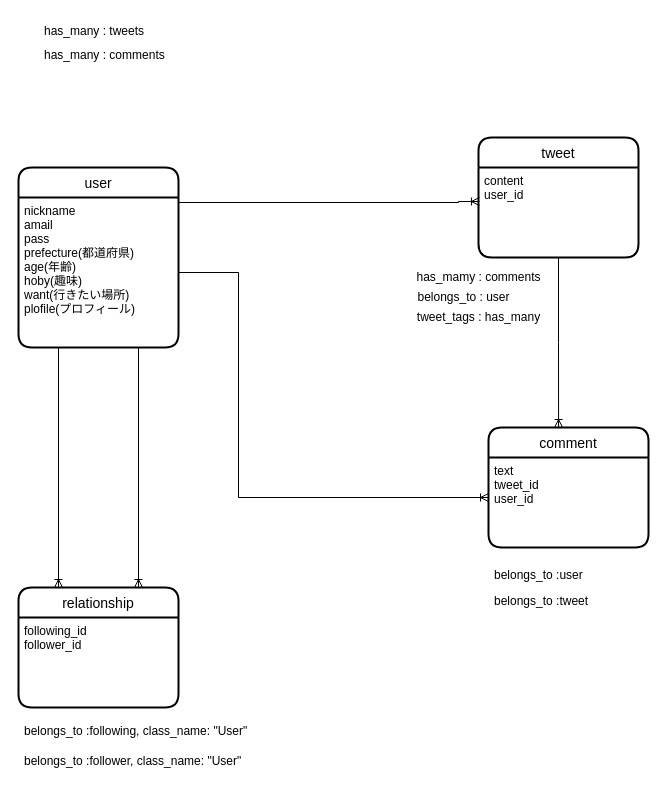
Before: Drow.dio in nannano-sys/origin_app, a draw.io diagram. Source tidied: cells renumbered, new cells numbered last; positions are measured from the earlier drawing's top-left corner, leaving out a move shared by most shapes. Both pictures are drawn from the tidied source at 100%, with x=0, y=0 at pixel (18, 17).
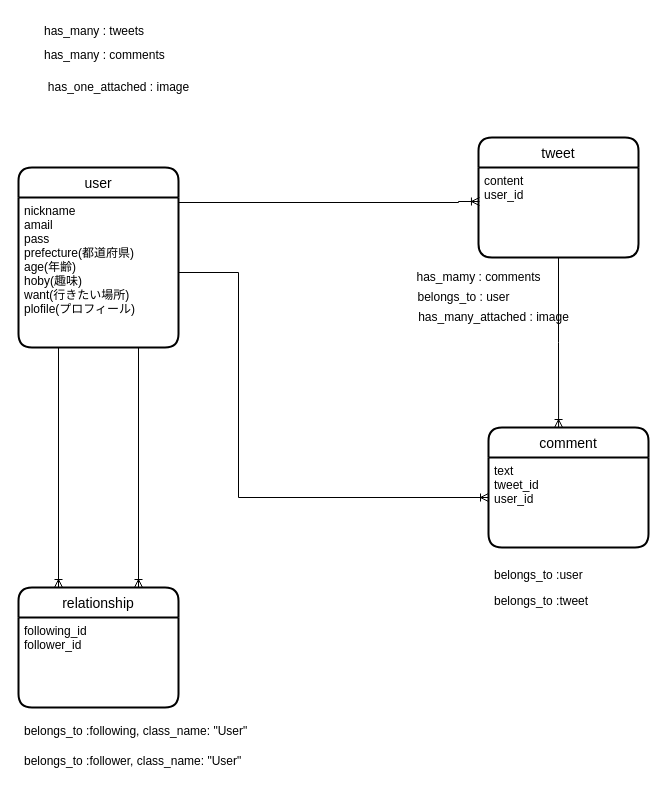
After the change.

The edit, as a diff of the source:
```diff
@@
-    <mxCell id="13" value="tweet_tags : has_many" style="text;html=1;align=center;verticalAlign=middle;" parent="1" vertex="1">
-      <mxGeometry x="390" y="290" width="140" height="20" as="geometry" />
-    </mxCell>
@@
+    <mxCell id="26" value="has_one_attached : image" style="text;html=1;align=center;verticalAlign=middle;" parent="1" vertex="1">
+      <mxGeometry x="20" y="60" width="160" height="20" as="geometry" />
+    </mxCell>
+    <mxCell id="27" value="has_many_attached : image" style="text;html=1;align=center;verticalAlign=middle;" parent="1" vertex="1">
+      <mxGeometry x="390" y="290" width="170" height="20" as="geometry" />
+    </mxCell>
```
